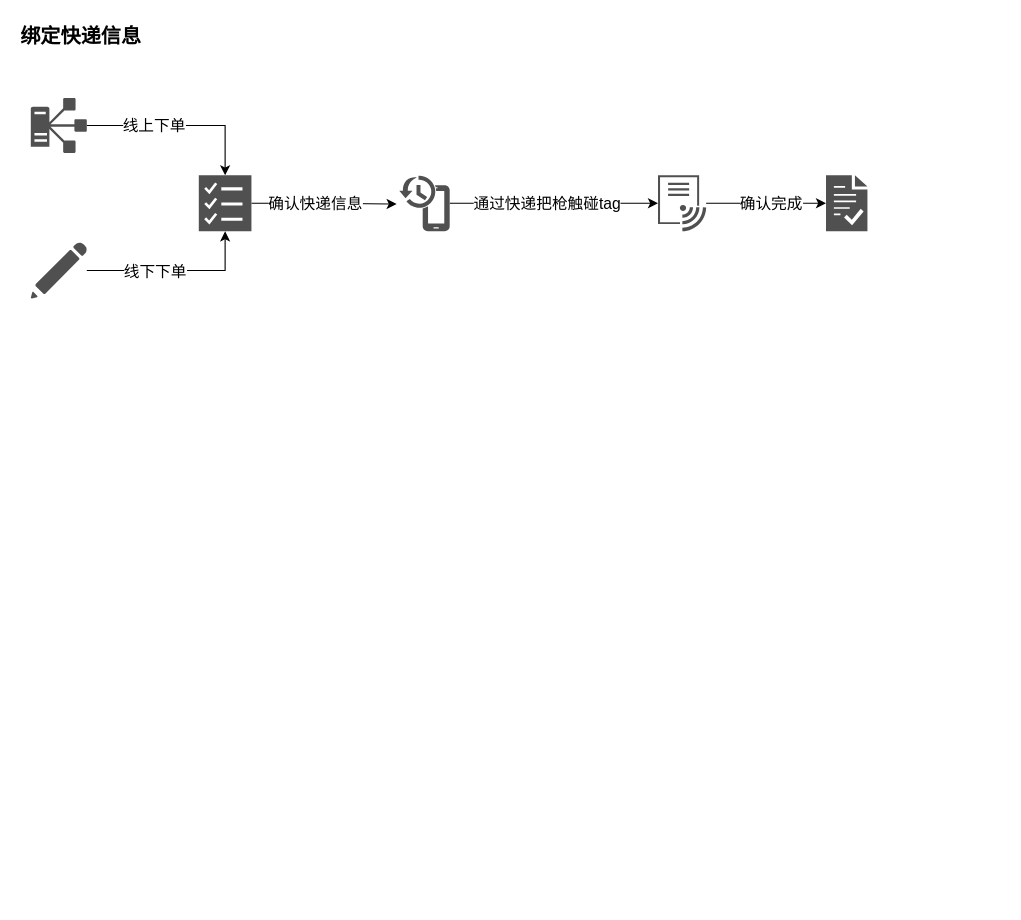
The draw.io diagram 快递tag.drawio in Mica-Ma/diagrams, before the edit. Source tidied: cells renumbered, new cells numbered last; positions are measured from the earlier drawing's top-left corner, leaving out a move shared by most shapes. Both pictures are drawn from the tidied source at 112%, with x=0, y=0 at pixel (19, 19).
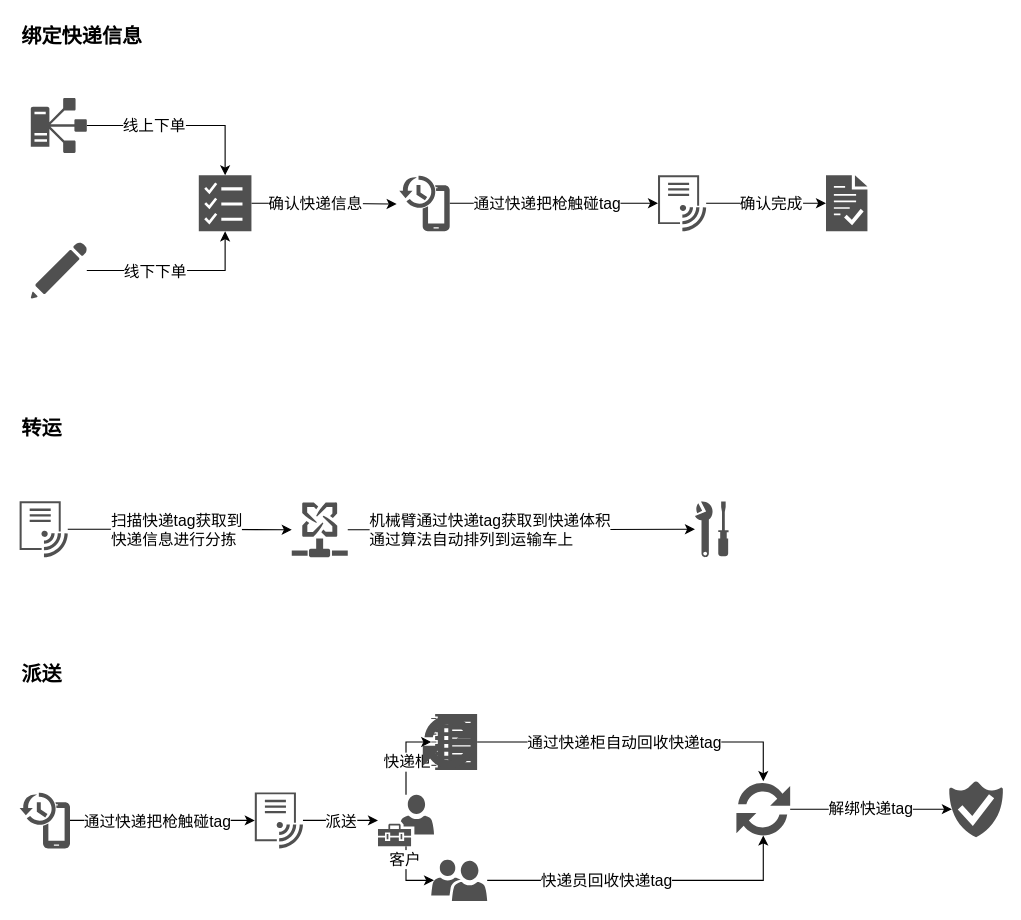
Above is the later version.

The edit, as a diff of the source:
```diff
@@
-    <mxCell id="2" value="&lt;b&gt;&lt;font style=&quot;font-size: 18px;&quot;&gt;绑定快递信息&lt;/font&gt;&lt;/b&gt;" style="text;html=1;strokeColor=none;fillColor=none;align=center;verticalAlign=middle;whiteSpace=wrap;rounded=0;" parent="1" vertex="1">
+    <mxCell id="2" value="&lt;b&gt;&lt;font style=&quot;font-size: 18px;&quot;&gt;绑定快递信息&lt;/font&gt;&lt;/b&gt;" style="text;html=1;strokeColor=none;fillColor=none;align=left;verticalAlign=middle;whiteSpace=wrap;rounded=0;" parent="1" vertex="1">
       <mxGeometry width="110" height="30" as="geometry" />
     </mxCell>
@@
+    <mxCell id="19" value="&lt;span style=&quot;font-size: 18px;&quot;&gt;&lt;b&gt;转运&lt;/b&gt;&lt;/span&gt;" style="text;html=1;strokeColor=none;fillColor=none;align=left;verticalAlign=middle;whiteSpace=wrap;rounded=0;" parent="1" vertex="1">
+      <mxGeometry y="350" width="140" height="30" as="geometry" />
+    </mxCell>
+    <mxCell id="20" style="edgeStyle=orthogonalEdgeStyle;rounded=0;jettySize=auto;html=1;entryX=0;entryY=0.5;entryDx=0;entryDy=0;entryPerimeter=0;fontSize=14;" parent="1" edge="1" source="22" target="25">
+      <mxGeometry relative="1" as="geometry" />
+    </mxCell>
+    <mxCell id="21" value="通过快递把枪触碰tag" style="edgeLabel;html=1;align=center;verticalAlign=middle;fontSize=14;" parent="20" vertex="1">
+      <mxGeometry x="-0.16" y="-1" relative="1" as="geometry">
+        <mxPoint x="8" y="-1" as="offset" />
+      </mxGeometry>
+    </mxCell>
+    <mxCell id="22" style="sketch=0;shadow=0;dashed=0;html=1;strokeColor=none;labelPosition=center;verticalLabelPosition=bottom;verticalAlign=top;align=center;fillColor=#505050;shape=mxgraph.mscae.intune.device_history;fontSize=14;" parent="1" vertex="1">
+      <mxGeometry y="690" width="45" height="50" as="geometry" />
+    </mxCell>
+    <mxCell id="23" style="edgeStyle=orthogonalEdgeStyle;rounded=0;jettySize=auto;html=1;fontSize=14;" parent="1" edge="1" source="25" target="34">
+      <mxGeometry relative="1" as="geometry" />
+    </mxCell>
+    <mxCell id="24" value="派送" style="edgeLabel;html=1;align=center;verticalAlign=middle;fontSize=14;" parent="23" vertex="1">
+      <mxGeometry x="-0.02" y="3" relative="1" as="geometry">
+        <mxPoint y="3" as="offset" />
+      </mxGeometry>
+    </mxCell>
+    <mxCell id="25" style="sketch=0;shadow=0;dashed=0;html=1;strokeColor=none;labelPosition=center;verticalLabelPosition=bottom;verticalAlign=top;align=center;fillColor=#505050;shape=mxgraph.mscae.intune.intune_wifi_profiles;fontSize=14;" parent="1" vertex="1">
+      <mxGeometry x="210" y="690" width="43" height="50" as="geometry" />
+    </mxCell>
+    <mxCell id="26" value="&lt;span style=&quot;font-size: 18px;&quot;&gt;&lt;b&gt;派送&lt;/b&gt;&lt;/span&gt;" style="text;html=1;strokeColor=none;fillColor=none;align=left;verticalAlign=middle;whiteSpace=wrap;rounded=0;" parent="1" vertex="1">
+      <mxGeometry y="570" width="140" height="30" as="geometry" />
+    </mxCell>
+    <mxCell id="27" style="edgeStyle=orthogonalEdgeStyle;rounded=0;jettySize=auto;html=1;fontSize=14;" parent="1" edge="1" source="29" target="42">
+      <mxGeometry relative="1" as="geometry" />
+    </mxCell>
+    <mxCell id="28" value="通过快递柜自动回收快递tag" style="edgeLabel;html=1;align=center;verticalAlign=middle;fontSize=14;" parent="27" vertex="1">
+      <mxGeometry x="-0.29" y="1" relative="1" as="geometry">
+        <mxPoint x="28" y="1" as="offset" />
+      </mxGeometry>
+    </mxCell>
+    <mxCell id="29" style="sketch=0;shadow=0;dashed=0;html=1;strokeColor=none;labelPosition=center;verticalLabelPosition=bottom;verticalAlign=top;align=center;fillColor=#505050;shape=mxgraph.mscae.oms.log_management;fontSize=18;" parent="1" vertex="1">
+      <mxGeometry x="367.5" y="620" width="41" height="50" as="geometry" />
+    </mxCell>
+    <mxCell id="30" style="edgeStyle=orthogonalEdgeStyle;rounded=0;jettySize=auto;html=1;entryX=0;entryY=0.5;entryDx=0;entryDy=0;entryPerimeter=0;fontSize=14;" parent="1" edge="1" source="34" target="29">
+      <mxGeometry relative="1" as="geometry" />
+    </mxCell>
+    <mxCell id="31" value="快递柜" style="edgeLabel;html=1;align=center;verticalAlign=middle;fontSize=14;" parent="30" vertex="1">
+      <mxGeometry x="-0.15" relative="1" as="geometry" />
+    </mxCell>
+    <mxCell id="32" style="edgeStyle=orthogonalEdgeStyle;rounded=0;jettySize=auto;html=1;entryX=0.05;entryY=0.5;entryDx=0;entryDy=0;entryPerimeter=0;fontSize=14;" parent="1" edge="1" source="34" target="37">
+      <mxGeometry relative="1" as="geometry">
+        <Array as="points">
+          <mxPoint x="345" y="769" />
+          <mxPoint x="370" y="769" />
+        </Array>
+      </mxGeometry>
+    </mxCell>
+    <mxCell id="33" value="客户" style="edgeLabel;html=1;align=center;verticalAlign=middle;fontSize=14;" parent="32" vertex="1">
+      <mxGeometry x="-0.61" y="-2" relative="1" as="geometry" />
+    </mxCell>
+    <mxCell id="34" style="sketch=0;shadow=0;dashed=0;html=1;strokeColor=none;labelPosition=center;verticalLabelPosition=bottom;verticalAlign=top;align=center;fillColor=#505050;shape=mxgraph.mscae.intune.user_management;fontSize=18;" parent="1" vertex="1">
+      <mxGeometry x="320" y="692" width="50" height="46" as="geometry" />
+    </mxCell>
+    <mxCell id="35" style="edgeStyle=orthogonalEdgeStyle;rounded=0;jettySize=auto;html=1;entryX=0.5;entryY=0.97;entryDx=0;entryDy=0;entryPerimeter=0;fontSize=14;" parent="1" edge="1" source="37" target="42">
+      <mxGeometry relative="1" as="geometry" />
+    </mxCell>
+    <mxCell id="36" value="快递员回收快递tag" style="edgeLabel;html=1;align=center;verticalAlign=middle;fontSize=14;" parent="35" vertex="1">
+      <mxGeometry x="-0.39" y="2" relative="1" as="geometry">
+        <mxPoint x="19" y="2" as="offset" />
+      </mxGeometry>
+    </mxCell>
+    <mxCell id="37" style="sketch=0;shadow=0;dashed=0;html=1;strokeColor=none;labelPosition=center;verticalLabelPosition=bottom;verticalAlign=top;align=center;fillColor=#505050;shape=mxgraph.mscae.intune.user_group;fontSize=18;" parent="1" vertex="1">
+      <mxGeometry x="367.5" y="750" width="50" height="37" as="geometry" />
+    </mxCell>
+    <mxCell id="38" style="edgeStyle=orthogonalEdgeStyle;rounded=0;jettySize=auto;html=1;fontSize=14;" parent="1" edge="1" source="40" target="48">
+      <mxGeometry relative="1" as="geometry" />
+    </mxCell>
+    <mxCell id="39" value="机械臂通过快递tag获取到快递体积&lt;br&gt;&lt;div style=&quot;text-align: left;&quot;&gt;通过算法自动排列到运输车上&lt;/div&gt;" style="edgeLabel;html=1;align=center;verticalAlign=middle;fontSize=14;" parent="38" vertex="1">
+      <mxGeometry x="-0.19" relative="1" as="geometry" />
+    </mxCell>
+    <mxCell id="40" style="sketch=0;shadow=0;dashed=0;html=1;strokeColor=none;labelPosition=center;verticalLabelPosition=bottom;verticalAlign=top;align=center;fillColor=#505050;shape=mxgraph.mscae.intune.exchange_connector;fontSize=14;" parent="1" vertex="1">
+      <mxGeometry x="243" y="431" width="50" height="49" as="geometry" />
+    </mxCell>
+    <mxCell id="41" value="解绑快递tag" style="edgeStyle=orthogonalEdgeStyle;rounded=0;jettySize=auto;html=1;entryX=0.05;entryY=0.5;entryDx=0;entryDy=0;entryPerimeter=0;fontSize=14;" parent="1" edge="1" source="42" target="44">
+      <mxGeometry relative="1" as="geometry" />
+    </mxCell>
+    <mxCell id="42" style="sketch=0;shadow=0;dashed=0;html=1;strokeColor=none;labelPosition=center;verticalLabelPosition=bottom;verticalAlign=top;align=center;fillColor=#505050;shape=mxgraph.mscae.intune.update;fontSize=14;" parent="1" vertex="1">
+      <mxGeometry x="640" y="680" width="48" height="50" as="geometry" />
+    </mxCell>
+    <mxCell id="43" style="sketch=0;shadow=0;dashed=0;html=1;strokeColor=none;labelPosition=center;verticalLabelPosition=bottom;verticalAlign=top;align=center;fillColor=#505050;shape=mxgraph.mscae.intune.update;fontSize=14;" parent="1" vertex="1">
+      <mxGeometry x="360" y="620" width="48" height="50" as="geometry" />
+    </mxCell>
+    <mxCell id="44" style="sketch=0;shadow=0;dashed=0;html=1;strokeColor=none;labelPosition=center;verticalLabelPosition=bottom;verticalAlign=top;align=center;fillColor=#505050;shape=mxgraph.mscae.intune.end_protection;fontSize=14;" parent="1" vertex="1">
+      <mxGeometry x="830" y="680" width="48" height="50" as="geometry" />
+    </mxCell>
+    <mxCell id="45" style="edgeStyle=orthogonalEdgeStyle;rounded=0;jettySize=auto;html=1;fontSize=14;" parent="1" edge="1" source="47" target="40">
+      <mxGeometry relative="1" as="geometry" />
+    </mxCell>
+    <mxCell id="46" value="扫描快递tag获取到&lt;br&gt;快递信息进行分拣" style="edgeLabel;html=1;align=left;verticalAlign=middle;fontSize=14;" parent="45" vertex="1">
+      <mxGeometry x="-0.15" relative="1" as="geometry">
+        <mxPoint x="-48" as="offset" />
+      </mxGeometry>
+    </mxCell>
+    <mxCell id="47" style="sketch=0;shadow=0;dashed=0;html=1;strokeColor=none;labelPosition=center;verticalLabelPosition=bottom;verticalAlign=top;align=center;fillColor=#505050;shape=mxgraph.mscae.intune.intune_wifi_profiles;fontSize=14;" parent="1" vertex="1">
+      <mxGeometry y="430" width="43" height="50" as="geometry" />
+    </mxCell>
+    <mxCell id="48" style="sketch=0;shadow=0;dashed=0;html=1;strokeColor=none;labelPosition=center;verticalLabelPosition=bottom;verticalAlign=top;align=center;fillColor=#505050;shape=mxgraph.mscae.intune.administration;fontSize=14;" parent="1" vertex="1">
+      <mxGeometry x="603" y="430" width="30" height="50" as="geometry" />
+    </mxCell>
```
